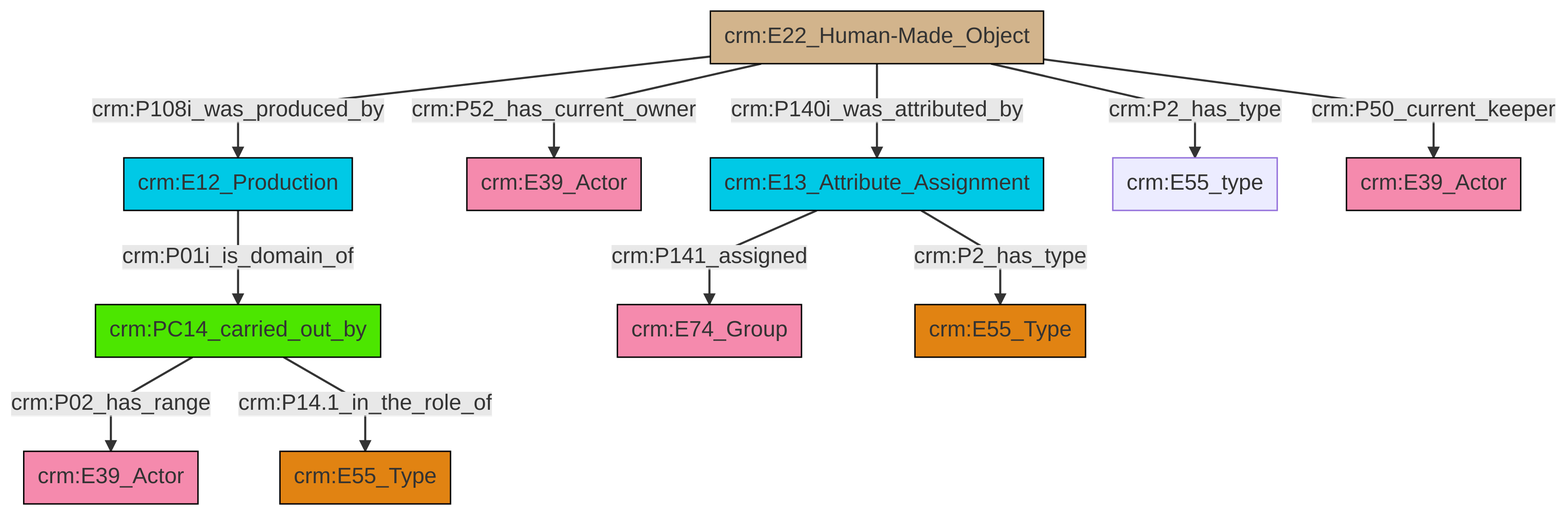
The Mermaid diagram et/artworkCSV/ttl/mmd/png/Artwork_Actor_Relations.png in swiss-art-research-net/reference-data-models, before a commit. Its source is kept beside it as et/artworkCSV/ttl/mmd/Artwork_Actor_Relations.ttl.mmd.
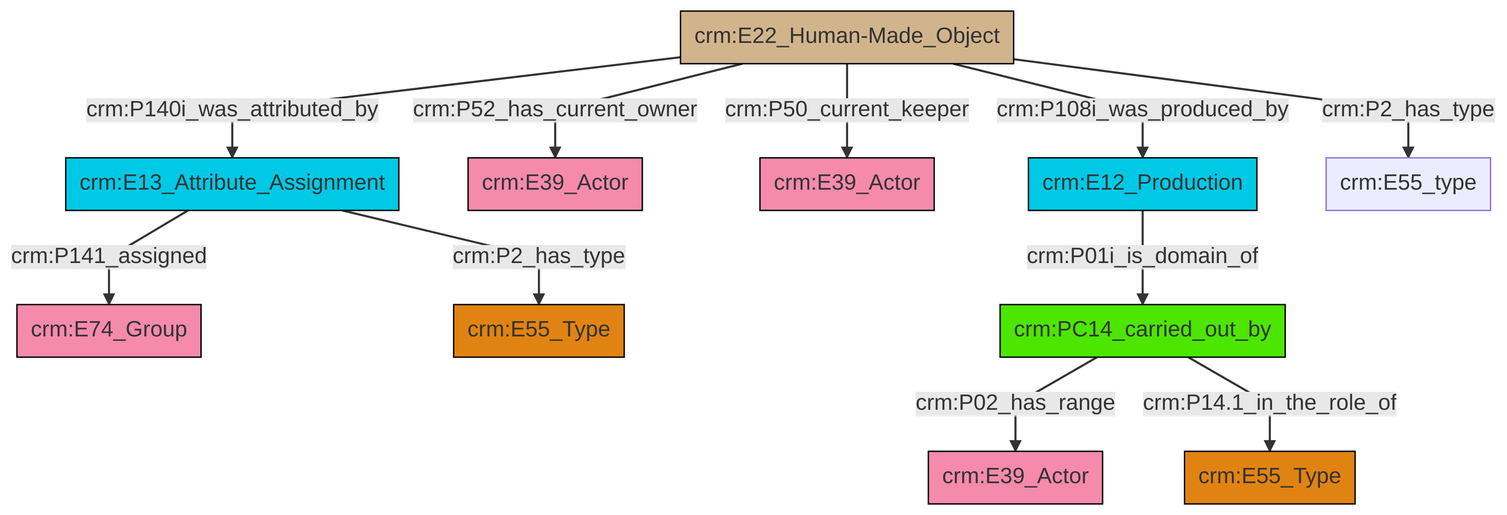
Later version of the same file.

The edit, as a diff of the source:
```diff
@@ -13,13 +13,13 @@
 classDef PC_Classes fill:#4ce600, stroke:#000000;
 classDef Multi fill:#cccccc,stroke:#000000;
 
-0["crm:E22_Human-Made_Object"]:::Physical_Thing -->|crm:P140i_was_attributed_by| 1["crm:E13_Attribute_Assignment"]:::Temporal_Entity
-0["crm:E22_Human-Made_Object"]:::Physical_Thing -->|crm:P2_has_type| 10["crm:E55_type"]:::Default
-8["crm:E12_Production"]:::Temporal_Entity -->|crm:P01i_is_domain_of| 2["crm:PC14_carried_out_by"]:::PC_Classes
-2["crm:PC14_carried_out_by"]:::PC_Classes -->|crm:P02_has_range| 4["crm:E39_Actor"]:::Actor
-0["crm:E22_Human-Made_Object"]:::Physical_Thing -->|crm:P50_current_keeper| 20["crm:E39_Actor"]:::Actor
-0["crm:E22_Human-Made_Object"]:::Physical_Thing -->|crm:P108i_was_produced_by| 8["crm:E12_Production"]:::Temporal_Entity
-1["crm:E13_Attribute_Assignment"]:::Temporal_Entity -->|crm:P2_has_type| 18["crm:E55_Type"]:::Type
-2["crm:PC14_carried_out_by"]:::PC_Classes -->|crm:P14.1_in_the_role_of| 12["crm:E55_Type"]:::Type
-1["crm:E13_Attribute_Assignment"]:::Temporal_Entity -->|crm:P141_assigned| 16["crm:E74_Group"]:::Actor
-0["crm:E22_Human-Made_Object"]:::Physical_Thing -->|crm:P52_has_current_owner| 6["crm:E39_Actor"]:::Actor
+2["crm:E13_Attribute_Assignment"]:::Temporal_Entity -->|crm:P141_assigned| 3["crm:E74_Group"]:::Actor
+7["crm:E22_Human-Made_Object"]:::Physical_Thing -->|crm:P52_has_current_owner| 8["crm:E39_Actor"]:::Actor
+9["crm:PC14_carried_out_by"]:::PC_Classes -->|crm:P02_has_range| 0["crm:E39_Actor"]:::Actor
+7["crm:E22_Human-Made_Object"]:::Physical_Thing -->|crm:P50_current_keeper| 10["crm:E39_Actor"]:::Actor
+9["crm:PC14_carried_out_by"]:::PC_Classes -->|crm:P14.1_in_the_role_of| 11["crm:E55_Type"]:::Type
+2["crm:E13_Attribute_Assignment"]:::Temporal_Entity -->|crm:P2_has_type| 4["crm:E55_Type"]:::Type
+7["crm:E22_Human-Made_Object"]:::Physical_Thing -->|crm:P140i_was_attributed_by| 2["crm:E13_Attribute_Assignment"]:::Temporal_Entity
+7["crm:E22_Human-Made_Object"]:::Physical_Thing -->|crm:P2_has_type| 17["crm:E55_type"]:::Default
+7["crm:E22_Human-Made_Object"]:::Physical_Thing -->|crm:P108i_was_produced_by| 13["crm:E12_Production"]:::Temporal_Entity
+13["crm:E12_Production"]:::Temporal_Entity -->|crm:P01i_is_domain_of| 9["crm:PC14_carried_out_by"]:::PC_Classes
```
